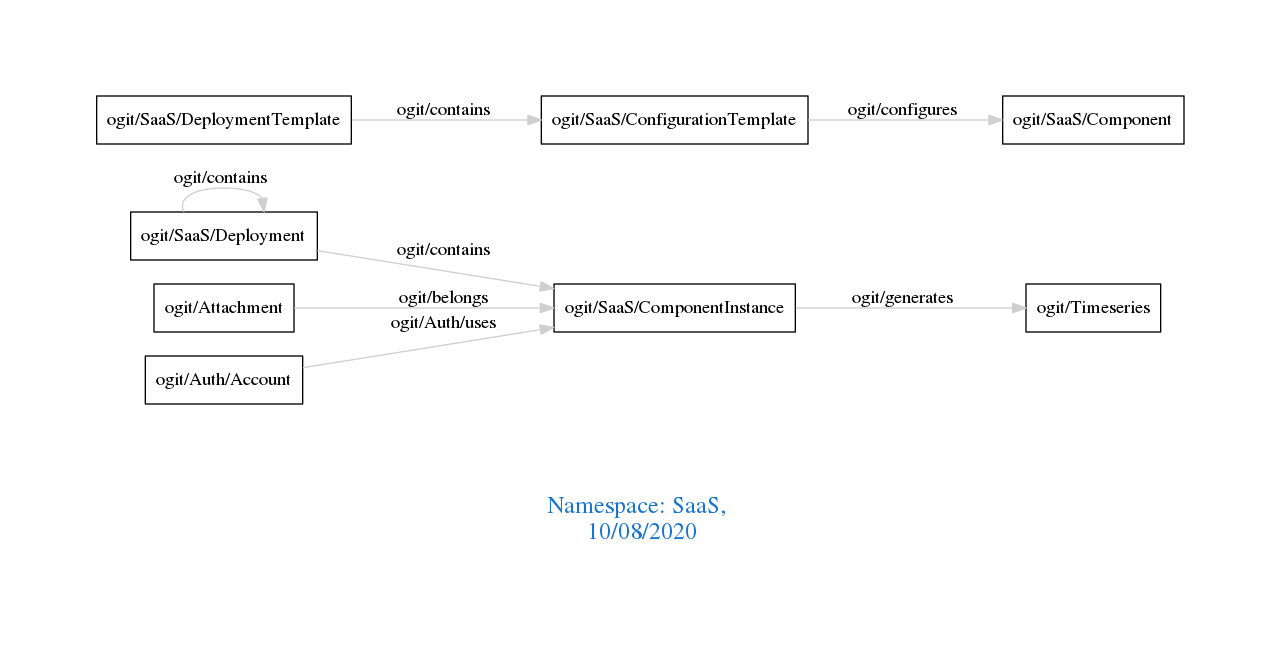
Above: downloads/SaaS.png in arago/OGIT (Graphviz), before the change. Its source is kept beside it as downloads/SaaS.dot. Source of this version:
```dot
digraph OGIT_ontology {
 graph [ rankdir= LR,pad=1
fontsize = 18,
fontcolor= dodgerblue3,label = "\n\n\nNamespace: SaaS, \n 10/08/2020"];
node[shape=polygon];
edge [  color="gray81"];

   "ogit/SaaS/Deployment" -> "ogit/SaaS/ComponentInstance" [label="   ogit/contains    "];
   "ogit/SaaS/DeploymentTemplate" -> "ogit/SaaS/ConfigurationTemplate" [label="   ogit/contains    "];
   "ogit/SaaS/ComponentInstance" -> "ogit/Timeseries" [label="   ogit/generates    "];
   "ogit/SaaS/ConfigurationTemplate" -> "ogit/SaaS/Component" [label="   ogit/configures    "];
   "ogit/Attachment" -> "ogit/SaaS/ComponentInstance" [label="   ogit/belongs    "];
   "ogit/Auth/Account" -> "ogit/SaaS/ComponentInstance" [label="   ogit/Auth/uses    "];
   "ogit/SaaS/Deployment" -> "ogit/SaaS/Deployment" [label="   ogit/contains    "];
}
```
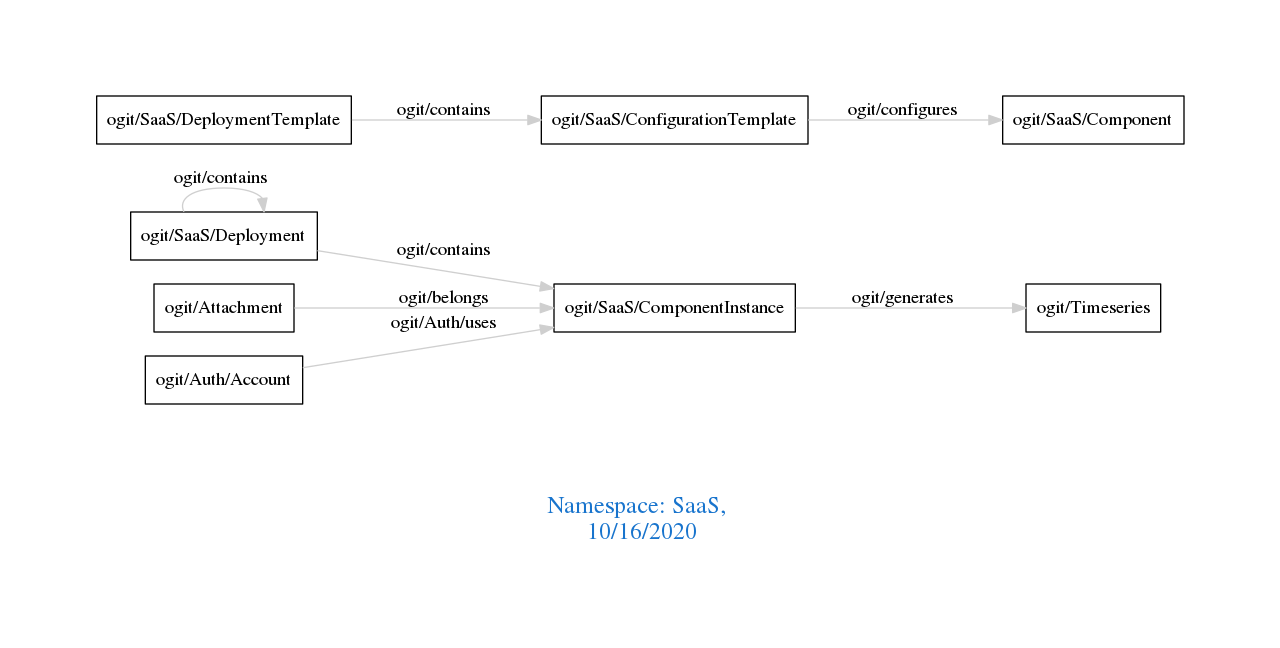
After the change.

Change to the diagram source:
```diff
@@ -1,7 +1,7 @@
 digraph OGIT_ontology {
  graph [ rankdir= LR,pad=1
 fontsize = 18,
-fontcolor= dodgerblue3,label = "\n\n\nNamespace: SaaS, \n 10/08/2020"];
+fontcolor= dodgerblue3,label = "\n\n\nNamespace: SaaS, \n 10/16/2020"];
 node[shape=polygon];
 edge [  color="gray81"];
 
```
